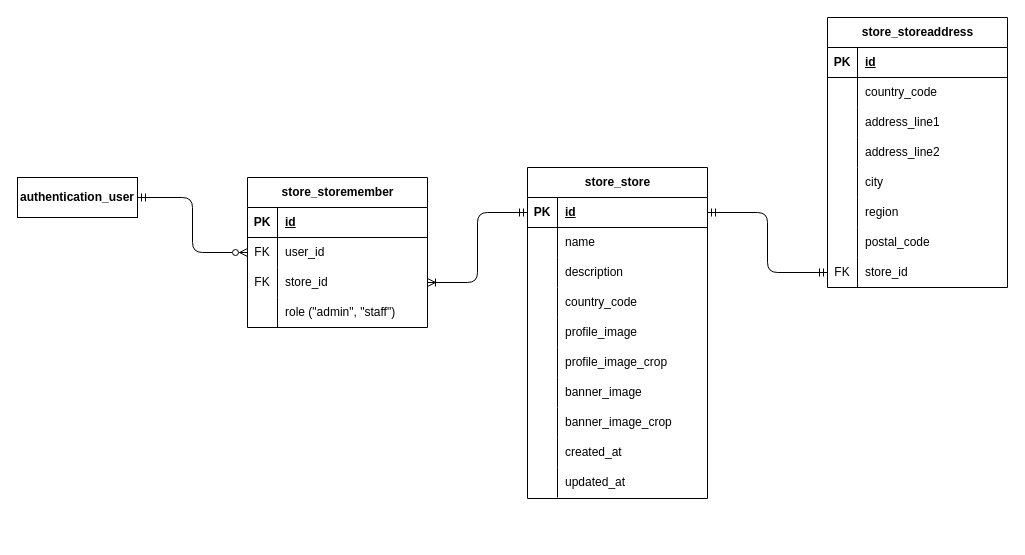
Earlier version of the draw.io diagram page "Store" (7 of 9) of diagrams/e-commerce-entity-relationship-diagram.drawio (RHILIUS/E-Commerce-Docs). Source tidied: cells renumbered, new cells numbered last; positions are measured from the earlier drawing's top-left corner, leaving out a move shared by most shapes. Both pictures are drawn from the tidied source at 100%, with x=0, y=0 at pixel (17, 17).
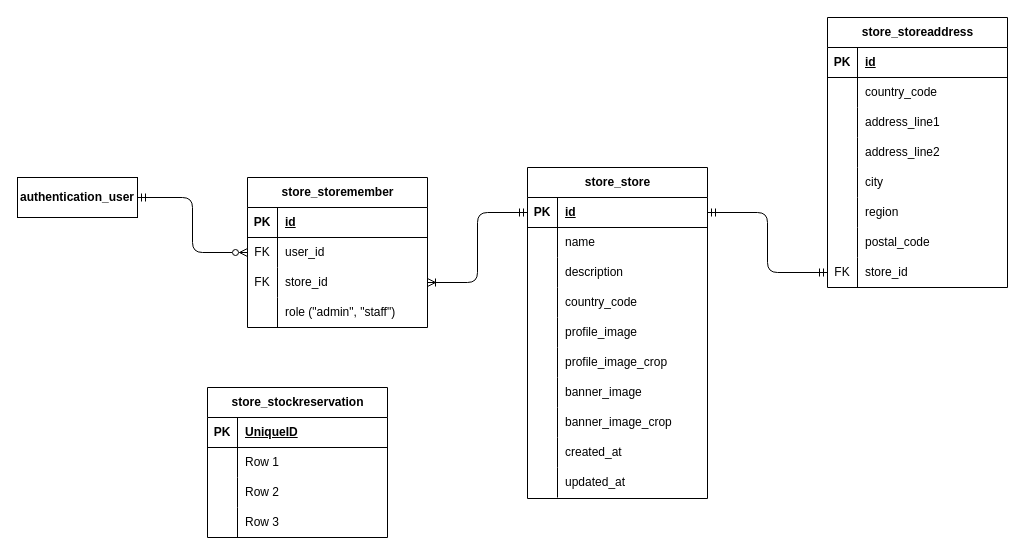
After the change.

Diff of the diagram source:
```diff
@@
+    <mxCell id="75" value="store_stockreservation" style="shape=table;startSize=30;childLayout=tableLayout;rowLines=0;fontStyle=1;align=center;html=1;" parent="1" vertex="1">
+      <mxGeometry x="190" y="370" width="180" height="150" as="geometry" />
+    </mxCell>
+    <mxCell id="76" style="shape=tableRow;horizontal=0;startSize=0;swimlaneHead=0;swimlaneBody=0;fillColor=none;top=0;left=0;right=0;bottom=1;" parent="75" vertex="1">
+      <mxGeometry y="30" width="180" height="30" as="geometry" />
+    </mxCell>
+    <mxCell id="77" value="PK" style="shape=partialRectangle;fillColor=none;top=0;left=0;bottom=0;right=0;fontStyle=1;overflow=hidden;whiteSpace=wrap;html=1;" parent="76" vertex="1">
+      <mxGeometry width="30" height="30" as="geometry" />
+    </mxCell>
+    <mxCell id="78" value="UniqueID" style="shape=partialRectangle;fillColor=none;top=0;left=0;bottom=0;right=0;align=left;spacingLeft=6;fontStyle=5;overflow=hidden;whiteSpace=wrap;html=1;" parent="76" vertex="1">
+      <mxGeometry x="30" width="150" height="30" as="geometry" />
+    </mxCell>
+    <mxCell id="79" style="shape=tableRow;horizontal=0;startSize=0;swimlaneHead=0;swimlaneBody=0;fillColor=none;top=0;left=0;right=0;bottom=0;" parent="75" vertex="1">
+      <mxGeometry y="60" width="180" height="30" as="geometry" />
+    </mxCell>
+    <mxCell id="80" style="shape=partialRectangle;fillColor=none;top=0;left=0;bottom=0;right=0;overflow=hidden;whiteSpace=wrap;html=1;" parent="79" vertex="1">
+      <mxGeometry width="30" height="30" as="geometry" />
+    </mxCell>
+    <mxCell id="81" value="Row 1" style="shape=partialRectangle;fillColor=none;top=0;left=0;bottom=0;right=0;align=left;spacingLeft=6;overflow=hidden;whiteSpace=wrap;html=1;" parent="79" vertex="1">
+      <mxGeometry x="30" width="150" height="30" as="geometry" />
+    </mxCell>
+    <mxCell id="82" style="shape=tableRow;horizontal=0;startSize=0;swimlaneHead=0;swimlaneBody=0;fillColor=none;top=0;left=0;right=0;bottom=0;" parent="75" vertex="1">
+      <mxGeometry y="90" width="180" height="30" as="geometry" />
+    </mxCell>
+    <mxCell id="83" style="shape=partialRectangle;fillColor=none;top=0;left=0;bottom=0;right=0;overflow=hidden;whiteSpace=wrap;html=1;" parent="82" vertex="1">
+      <mxGeometry width="30" height="30" as="geometry" />
+    </mxCell>
+    <mxCell id="84" value="Row 2" style="shape=partialRectangle;fillColor=none;top=0;left=0;bottom=0;right=0;align=left;spacingLeft=6;overflow=hidden;whiteSpace=wrap;html=1;" parent="82" vertex="1">
+      <mxGeometry x="30" width="150" height="30" as="geometry" />
+    </mxCell>
+    <mxCell id="85" style="shape=tableRow;horizontal=0;startSize=0;swimlaneHead=0;swimlaneBody=0;fillColor=none;top=0;left=0;right=0;bottom=0;" parent="75" vertex="1">
+      <mxGeometry y="120" width="180" height="30" as="geometry" />
+    </mxCell>
+    <mxCell id="86" style="shape=partialRectangle;fillColor=none;top=0;left=0;bottom=0;right=0;overflow=hidden;whiteSpace=wrap;html=1;" parent="85" vertex="1">
+      <mxGeometry width="30" height="30" as="geometry" />
+    </mxCell>
+    <mxCell id="87" value="Row 3" style="shape=partialRectangle;fillColor=none;top=0;left=0;bottom=0;right=0;align=left;spacingLeft=6;overflow=hidden;whiteSpace=wrap;html=1;" parent="85" vertex="1">
+      <mxGeometry x="30" width="150" height="30" as="geometry" />
+    </mxCell>
```
